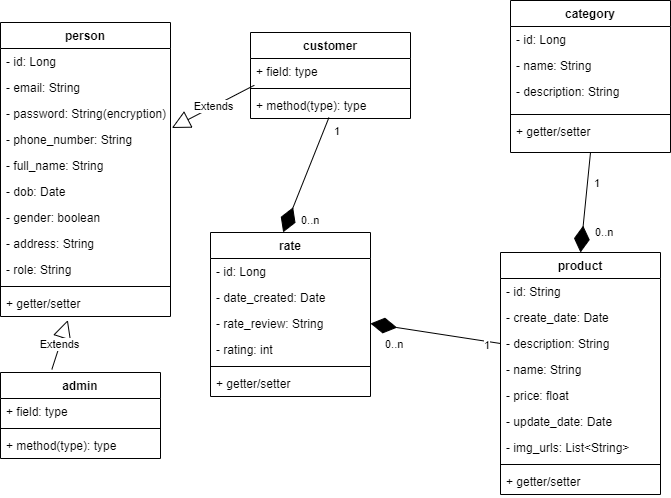
Before: rookie_uml.drawio.png, a diagram exported from draw.io (phuduy1999/rookie-spring-boot-ecommerce). Source tidied: cells renumbered, new cells last; positions are measured from the earlier drawing's top-left corner, leaving out a move shared by most shapes. The source it was exported from:
```xml
<mxGraphModel>
  <root>
    <mxCell id="0" />
    <mxCell id="1" parent="0" />
    <mxCell id="2" value="person" style="swimlane;fontStyle=1;align=center;verticalAlign=top;horizontal=1;startSize=26;rounded=0;shadow=0;strokeWidth=1;" parent="1" vertex="1">
      <mxGeometry y="22" width="170" height="294" as="geometry" />
    </mxCell>
    <mxCell id="3" value="- id: Long" style="text;align=left;verticalAlign=top;spacingLeft=4;spacingRight=4;overflow=hidden;" parent="2" vertex="1">
      <mxGeometry y="26" width="170" height="26" as="geometry" />
    </mxCell>
    <mxCell id="4" value="- email: String" style="text;align=left;verticalAlign=top;spacingLeft=4;spacingRight=4;overflow=hidden;rounded=0;shadow=0;html=0;" parent="2" vertex="1">
      <mxGeometry y="52" width="170" height="26" as="geometry" />
    </mxCell>
    <mxCell id="5" value="- password: String(encryption)" style="text;strokeColor=none;fillColor=none;align=left;verticalAlign=top;spacingLeft=4;spacingRight=4;overflow=hidden;" parent="2" vertex="1">
      <mxGeometry y="78" width="170" height="26" as="geometry" />
    </mxCell>
    <mxCell id="6" value="- phone_number: String" style="text;align=left;verticalAlign=top;spacingLeft=4;spacingRight=4;overflow=hidden;points=[[0,0.5],[1,0.5]];portConstraint=eastwest;rounded=0;shadow=0;html=0;" parent="2" vertex="1">
      <mxGeometry y="104" width="170" height="26" as="geometry" />
    </mxCell>
    <mxCell id="7" value="- full_name: String" style="text;strokeColor=none;fillColor=none;align=left;verticalAlign=top;spacingLeft=4;spacingRight=4;overflow=hidden;" parent="2" vertex="1">
      <mxGeometry y="130" width="170" height="26" as="geometry" />
    </mxCell>
    <mxCell id="8" value="- dob: Date" style="text;strokeColor=none;fillColor=none;align=left;verticalAlign=top;spacingLeft=4;spacingRight=4;overflow=hidden;" parent="2" vertex="1">
      <mxGeometry y="156" width="170" height="26" as="geometry" />
    </mxCell>
    <mxCell id="9" value="- gender: boolean" style="text;strokeColor=none;fillColor=none;align=left;verticalAlign=top;spacingLeft=4;spacingRight=4;overflow=hidden;" parent="2" vertex="1">
      <mxGeometry y="182" width="170" height="26" as="geometry" />
    </mxCell>
    <mxCell id="10" value="- address: String" style="text;strokeColor=none;fillColor=none;align=left;verticalAlign=top;spacingLeft=4;spacingRight=4;overflow=hidden;" parent="2" vertex="1">
      <mxGeometry y="208" width="170" height="26" as="geometry" />
    </mxCell>
    <mxCell id="11" value="- role: String" style="text;strokeColor=none;fillColor=none;align=left;verticalAlign=top;spacingLeft=4;spacingRight=4;overflow=hidden;" parent="2" vertex="1">
      <mxGeometry y="234" width="170" height="26" as="geometry" />
    </mxCell>
    <mxCell id="12" style="line;html=1;strokeWidth=1;align=left;verticalAlign=middle;spacingTop=-1;spacingLeft=3;spacingRight=3;labelPosition=right;" parent="2" vertex="1">
      <mxGeometry y="260" width="170" height="8" as="geometry" />
    </mxCell>
    <mxCell id="13" value="+ getter/setter" style="text;strokeColor=none;fillColor=none;align=left;verticalAlign=top;spacingLeft=4;spacingRight=4;overflow=hidden;points=[[0,0.5],[1,0.5]];portConstraint=eastwest;" parent="2" vertex="1">
      <mxGeometry y="268" width="170" height="26" as="geometry" />
    </mxCell>
    <mxCell id="14" value="rate" style="swimlane;fontStyle=1;align=center;verticalAlign=top;horizontal=1;startSize=26;rounded=0;shadow=0;strokeWidth=1;" parent="1" vertex="1">
      <mxGeometry x="210" y="232" width="160" height="164" as="geometry" />
    </mxCell>
    <mxCell id="15" value="- id: Long" style="text;align=left;verticalAlign=top;spacingLeft=4;spacingRight=4;overflow=hidden;" parent="14" vertex="1">
      <mxGeometry y="26" width="160" height="26" as="geometry" />
    </mxCell>
    <mxCell id="16" value="- date_created: Date" style="text;align=left;verticalAlign=top;spacingLeft=4;spacingRight=4;overflow=hidden;rounded=0;shadow=0;html=0;" parent="14" vertex="1">
      <mxGeometry y="52" width="160" height="26" as="geometry" />
    </mxCell>
    <mxCell id="17" value="- rate_review: String" style="text;strokeColor=none;fillColor=none;align=left;verticalAlign=top;spacingLeft=4;spacingRight=4;overflow=hidden;points=[[0,0.5],[1,0.5]];portConstraint=eastwest;" parent="14" vertex="1">
      <mxGeometry y="78" width="160" height="26" as="geometry" />
    </mxCell>
    <mxCell id="18" value="- rating: int" style="text;strokeColor=none;fillColor=none;align=left;verticalAlign=top;spacingLeft=4;spacingRight=4;overflow=hidden;" parent="14" vertex="1">
      <mxGeometry y="104" width="160" height="26" as="geometry" />
    </mxCell>
    <mxCell id="19" style="line;html=1;strokeWidth=1;align=left;verticalAlign=middle;spacingTop=-1;spacingLeft=3;spacingRight=3;labelPosition=right;" parent="14" vertex="1">
      <mxGeometry y="130" width="160" height="8" as="geometry" />
    </mxCell>
    <mxCell id="20" value="+ getter/setter" style="text;strokeColor=none;fillColor=none;align=left;verticalAlign=top;spacingLeft=4;spacingRight=4;overflow=hidden;" parent="14" vertex="1">
      <mxGeometry y="138" width="160" height="26" as="geometry" />
    </mxCell>
    <mxCell id="21" value="category" style="swimlane;fontStyle=1;align=center;verticalAlign=top;horizontal=1;startSize=26;rounded=0;shadow=0;strokeWidth=1;" parent="1" vertex="1">
      <mxGeometry x="510" width="160" height="152" as="geometry" />
    </mxCell>
    <mxCell id="22" value="- id: Long" style="text;align=left;verticalAlign=top;spacingLeft=4;spacingRight=4;overflow=hidden;" parent="21" vertex="1">
      <mxGeometry y="26" width="160" height="26" as="geometry" />
    </mxCell>
    <mxCell id="23" value="- name: String" style="text;strokeColor=none;fillColor=none;align=left;verticalAlign=top;spacingLeft=4;spacingRight=4;overflow=hidden;" parent="21" vertex="1">
      <mxGeometry y="52" width="160" height="26" as="geometry" />
    </mxCell>
    <mxCell id="24" value="- description: String" style="text;strokeColor=none;fillColor=none;align=left;verticalAlign=top;spacingLeft=4;spacingRight=4;overflow=hidden;" parent="21" vertex="1">
      <mxGeometry y="78" width="160" height="32" as="geometry" />
    </mxCell>
    <mxCell id="25" style="line;html=1;strokeWidth=1;align=left;verticalAlign=middle;spacingTop=-1;spacingLeft=3;spacingRight=3;labelPosition=right;" parent="21" vertex="1">
      <mxGeometry y="110" width="160" height="8" as="geometry" />
    </mxCell>
    <mxCell id="26" value="+ getter/setter" style="text;strokeColor=none;fillColor=none;align=left;verticalAlign=top;spacingLeft=4;spacingRight=4;overflow=hidden;" parent="21" vertex="1">
      <mxGeometry y="118" width="160" height="26" as="geometry" />
    </mxCell>
    <mxCell id="27" value="product" style="swimlane;fontStyle=1;align=center;verticalAlign=top;horizontal=1;startSize=26;rounded=0;shadow=0;strokeWidth=1;" parent="1" vertex="1">
      <mxGeometry x="500" y="252" width="160" height="242" as="geometry" />
    </mxCell>
    <mxCell id="28" value="- id: String" style="text;align=left;verticalAlign=top;spacingLeft=4;spacingRight=4;overflow=hidden;" parent="27" vertex="1">
      <mxGeometry y="26" width="160" height="26" as="geometry" />
    </mxCell>
    <mxCell id="29" value="- create_date: Date" style="text;align=left;verticalAlign=top;spacingLeft=4;spacingRight=4;overflow=hidden;rounded=0;shadow=0;html=0;" parent="27" vertex="1">
      <mxGeometry y="52" width="160" height="26" as="geometry" />
    </mxCell>
    <mxCell id="30" value="- description: String" style="text;align=left;verticalAlign=top;spacingLeft=4;spacingRight=4;overflow=hidden;points=[[0,0.5],[1,0.5]];portConstraint=eastwest;rounded=0;shadow=0;html=0;" parent="27" vertex="1">
      <mxGeometry y="78" width="160" height="26" as="geometry" />
    </mxCell>
    <mxCell id="31" value="- name: String" style="text;align=left;verticalAlign=top;spacingLeft=4;spacingRight=4;overflow=hidden;rounded=0;shadow=0;html=0;" parent="27" vertex="1">
      <mxGeometry y="104" width="160" height="26" as="geometry" />
    </mxCell>
    <mxCell id="32" value="- price: float" style="text;align=left;verticalAlign=top;spacingLeft=4;spacingRight=4;overflow=hidden;rounded=0;shadow=0;html=0;" parent="27" vertex="1">
      <mxGeometry y="130" width="160" height="26" as="geometry" />
    </mxCell>
    <mxCell id="33" value="- update_date: Date" style="text;strokeColor=none;fillColor=none;align=left;verticalAlign=top;spacingLeft=4;spacingRight=4;overflow=hidden;" parent="27" vertex="1">
      <mxGeometry y="156" width="160" height="26" as="geometry" />
    </mxCell>
    <mxCell id="34" value="- img_urls: List&lt;String&gt;" style="text;strokeColor=none;fillColor=none;align=left;verticalAlign=top;spacingLeft=4;spacingRight=4;overflow=hidden;" parent="27" vertex="1">
      <mxGeometry y="182" width="160" height="26" as="geometry" />
    </mxCell>
    <mxCell id="35" style="line;html=1;strokeWidth=1;align=left;verticalAlign=middle;spacingTop=-1;spacingLeft=3;spacingRight=3;labelPosition=right;" parent="27" vertex="1">
      <mxGeometry y="208" width="160" height="8" as="geometry" />
    </mxCell>
    <mxCell id="36" value="+ getter/setter" style="text;strokeColor=none;fillColor=none;align=left;verticalAlign=top;spacingLeft=4;spacingRight=4;overflow=hidden;" parent="27" vertex="1">
      <mxGeometry y="216" width="160" height="26" as="geometry" />
    </mxCell>
    <mxCell id="37" value="admin" style="swimlane;fontStyle=1;align=center;verticalAlign=top;horizontal=1;startSize=26;" parent="1" vertex="1">
      <mxGeometry y="372" width="160" height="86" as="geometry" />
    </mxCell>
    <mxCell id="38" value="+ field: type" style="text;strokeColor=none;fillColor=none;align=left;verticalAlign=top;spacingLeft=4;spacingRight=4;overflow=hidden;" parent="37" vertex="1">
      <mxGeometry y="26" width="160" height="26" as="geometry" />
    </mxCell>
    <mxCell id="39" style="line;strokeWidth=1;fillColor=none;align=left;verticalAlign=middle;spacingTop=-1;spacingLeft=3;spacingRight=3;labelPosition=right;" parent="37" vertex="1">
      <mxGeometry y="52" width="160" height="8" as="geometry" />
    </mxCell>
    <mxCell id="40" value="+ method(type): type" style="text;strokeColor=none;fillColor=none;align=left;verticalAlign=top;spacingLeft=4;spacingRight=4;overflow=hidden;" parent="37" vertex="1">
      <mxGeometry y="60" width="160" height="26" as="geometry" />
    </mxCell>
    <mxCell id="41" value="customer" style="swimlane;fontStyle=1;align=center;verticalAlign=top;horizontal=1;startSize=26;" parent="1" vertex="1">
      <mxGeometry x="250" y="32" width="160" height="86" as="geometry" />
    </mxCell>
    <mxCell id="42" value="+ field: type" style="text;strokeColor=none;fillColor=none;align=left;verticalAlign=top;spacingLeft=4;spacingRight=4;overflow=hidden;points=[[0,0.5],[1,0.5]];portConstraint=eastwest;" parent="41" vertex="1">
      <mxGeometry y="26" width="160" height="26" as="geometry" />
    </mxCell>
    <mxCell id="43" style="line;strokeWidth=1;fillColor=none;align=left;verticalAlign=middle;spacingTop=-1;spacingLeft=3;spacingRight=3;labelPosition=right;" parent="41" vertex="1">
      <mxGeometry y="52" width="160" height="8" as="geometry" />
    </mxCell>
    <mxCell id="44" value="+ method(type): type" style="text;strokeColor=none;fillColor=none;align=left;verticalAlign=top;spacingLeft=4;spacingRight=4;overflow=hidden;points=[[0,0.5],[1,0.5]];portConstraint=eastwest;" parent="41" vertex="1">
      <mxGeometry y="60" width="160" height="26" as="geometry" />
    </mxCell>
    <mxCell id="45" value="Extends" style="endArrow=block;endSize=16;endFill=0;html=1;rounded=0;exitX=0.024;exitY=1.029;exitDx=0;exitDy=0;exitPerimeter=0;entryX=1.008;entryY=0.057;entryDx=0;entryDy=0;entryPerimeter=0;" parent="1" edge="1" source="42" target="6">
      <mxGeometry relative="1" as="geometry" />
    </mxCell>
    <mxCell id="46" value="Extends" style="endArrow=block;endSize=16;endFill=0;html=1;rounded=0;exitX=0.321;exitY=-0.036;exitDx=0;exitDy=0;exitPerimeter=0;entryX=0.396;entryY=1.138;entryDx=0;entryDy=0;entryPerimeter=0;" parent="1" edge="1" source="37" target="13">
      <mxGeometry relative="1" as="geometry" />
    </mxCell>
    <mxCell id="47" style="endArrow=diamondThin;endFill=1;endSize=24;html=1;rounded=0;entryX=0.5;entryY=0;entryDx=0;entryDy=0;exitX=0.5;exitY=1;exitDx=0;exitDy=0;" parent="1" edge="1" source="21" target="27">
      <mxGeometry relative="1" as="geometry" />
    </mxCell>
    <mxCell id="48" value="0..n" style="edgeLabel;html=1;align=left;verticalAlign=top;" parent="1" vertex="1">
      <mxGeometry x="620" y="232" as="geometry">
        <mxPoint x="-27" y="-13" as="offset" />
      </mxGeometry>
    </mxCell>
    <mxCell id="49" value="1" style="edgeLabel;html=1;align=right;verticalAlign=top;" parent="1" vertex="1">
      <mxGeometry x="600" y="170" as="geometry" />
    </mxCell>
    <mxCell id="50" style="endArrow=diamondThin;endFill=1;endSize=24;html=1;rounded=0;exitX=0;exitY=0.5;exitDx=0;exitDy=0;entryX=1;entryY=0.5;entryDx=0;entryDy=0;" parent="1" edge="1" source="30" target="17">
      <mxGeometry relative="1" as="geometry" />
    </mxCell>
    <mxCell id="51" value="1" style="edgeLabel;html=1;align=right;verticalAlign=top;" parent="1" vertex="1">
      <mxGeometry x="490" y="332" as="geometry" />
    </mxCell>
    <mxCell id="52" value="0..n" style="edgeLabel;html=1;align=left;verticalAlign=top;" parent="1" vertex="1">
      <mxGeometry x="660" y="232" as="geometry">
        <mxPoint x="-277" y="99" as="offset" />
      </mxGeometry>
    </mxCell>
    <mxCell id="53" style="endArrow=diamondThin;endFill=1;endSize=24;html=1;rounded=0;entryX=0.454;entryY=-0.001;entryDx=0;entryDy=0;entryPerimeter=0;exitX=0.49;exitY=0.966;exitDx=0;exitDy=0;exitPerimeter=0;" parent="1" edge="1" source="44" target="14">
      <mxGeometry relative="1" as="geometry" />
    </mxCell>
    <mxCell id="54" value="1" style="edgeLabel;html=1;align=right;verticalAlign=top;" parent="1" vertex="1">
      <mxGeometry x="340" y="118" as="geometry" />
    </mxCell>
    <mxCell id="55" value="0..n" style="edgeLabel;html=1;align=left;verticalAlign=top;" parent="1" vertex="1">
      <mxGeometry x="570" y="112" as="geometry">
        <mxPoint x="-271" y="95" as="offset" />
      </mxGeometry>
    </mxCell>
  </root>
</mxGraphModel>
```
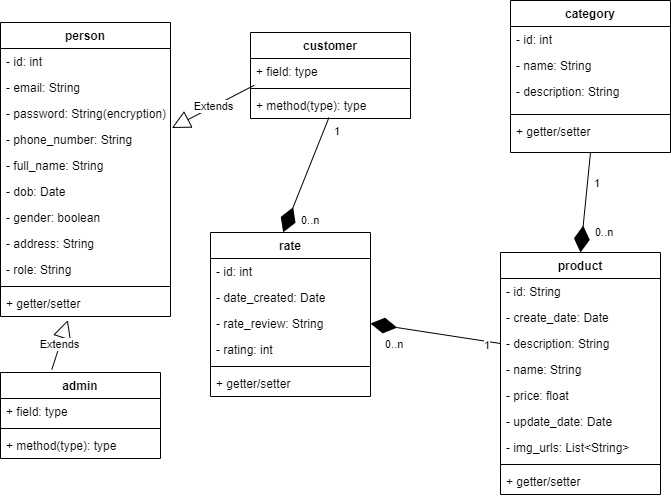
The same file after the commit.

What changed in the source:
```diff
@@ -5,7 +5,7 @@
     <mxCell id="2" value="person" style="swimlane;fontStyle=1;align=center;verticalAlign=top;horizontal=1;startSize=26;rounded=0;shadow=0;strokeWidth=1;" parent="1" vertex="1">
       <mxGeometry y="22" width="170" height="294" as="geometry" />
     </mxCell>
-    <mxCell id="3" value="- id: Long" style="text;align=left;verticalAlign=top;spacingLeft=4;spacingRight=4;overflow=hidden;" parent="2" vertex="1">
+    <mxCell id="3" value="- id: int" style="text;align=left;verticalAlign=top;spacingLeft=4;spacingRight=4;overflow=hidden;" parent="2" vertex="1">
       <mxGeometry y="26" width="170" height="26" as="geometry" />
     </mxCell>
     <mxCell id="4" value="- email: String" style="text;align=left;verticalAlign=top;spacingLeft=4;spacingRight=4;overflow=hidden;rounded=0;shadow=0;html=0;" parent="2" vertex="1">
@@ -41,7 +41,7 @@
     <mxCell id="14" value="rate" style="swimlane;fontStyle=1;align=center;verticalAlign=top;horizontal=1;startSize=26;rounded=0;shadow=0;strokeWidth=1;" parent="1" vertex="1">
       <mxGeometry x="210" y="232" width="160" height="164" as="geometry" />
     </mxCell>
-    <mxCell id="15" value="- id: Long" style="text;align=left;verticalAlign=top;spacingLeft=4;spacingRight=4;overflow=hidden;" parent="14" vertex="1">
+    <mxCell id="15" value="- id: int" style="text;align=left;verticalAlign=top;spacingLeft=4;spacingRight=4;overflow=hidden;" parent="14" vertex="1">
       <mxGeometry y="26" width="160" height="26" as="geometry" />
     </mxCell>
     <mxCell id="16" value="- date_created: Date" style="text;align=left;verticalAlign=top;spacingLeft=4;spacingRight=4;overflow=hidden;rounded=0;shadow=0;html=0;" parent="14" vertex="1">
@@ -62,7 +62,7 @@
     <mxCell id="21" value="category" style="swimlane;fontStyle=1;align=center;verticalAlign=top;horizontal=1;startSize=26;rounded=0;shadow=0;strokeWidth=1;" parent="1" vertex="1">
       <mxGeometry x="510" width="160" height="152" as="geometry" />
     </mxCell>
-    <mxCell id="22" value="- id: Long" style="text;align=left;verticalAlign=top;spacingLeft=4;spacingRight=4;overflow=hidden;" parent="21" vertex="1">
+    <mxCell id="22" value="- id: int" style="text;align=left;verticalAlign=top;spacingLeft=4;spacingRight=4;overflow=hidden;" parent="21" vertex="1">
       <mxGeometry y="26" width="160" height="26" as="geometry" />
     </mxCell>
     <mxCell id="23" value="- name: String" style="text;strokeColor=none;fillColor=none;align=left;verticalAlign=top;spacingLeft=4;spacingRight=4;overflow=hidden;" parent="21" vertex="1">
```
